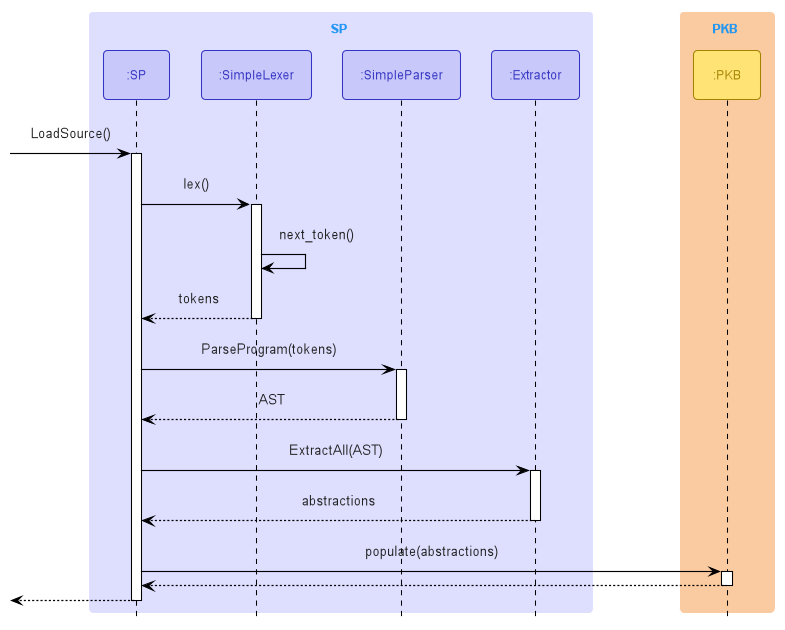
The PlantUML diagram docs/images/SPSeqDiagram.png in mazx4960/static-analyzer, before a commit.
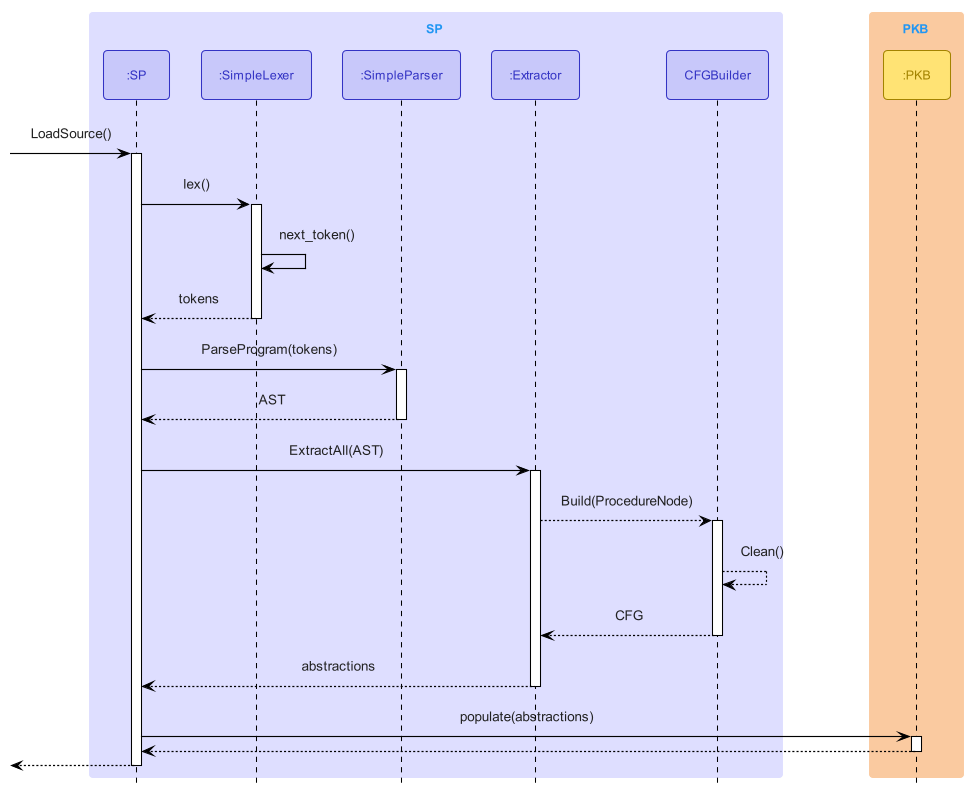
After the commit.

Commit message:
docs: cfg seq diagram

Change to the diagram source:
```diff
@@ -7,6 +7,7 @@
 participant ":SimpleLexer" as SimpleLexer<<SP>>
 participant ":SimpleParser" as SimpleParser<<SP>>
 participant ":Extractor" as Extractor<<SP>>
+participant "CFGBuilder" as CFGBuilder<<SP>>
 end box
 
 box PKB PKB_COLOR_LIGHT
@@ -29,6 +30,13 @@
 
 SP -> Extractor : ExtractAll(AST)
 activate Extractor
+
+Extractor --> CFGBuilder : Build(ProcedureNode)
+activate CFGBuilder
+CFGBuilder -->CFGBuilder : Clean()
+CFGBuilder --> Extractor : CFG
+deactivate CFGBuilder
+
 Extractor --> SP : abstractions
 deactivate Extractor
 
```
